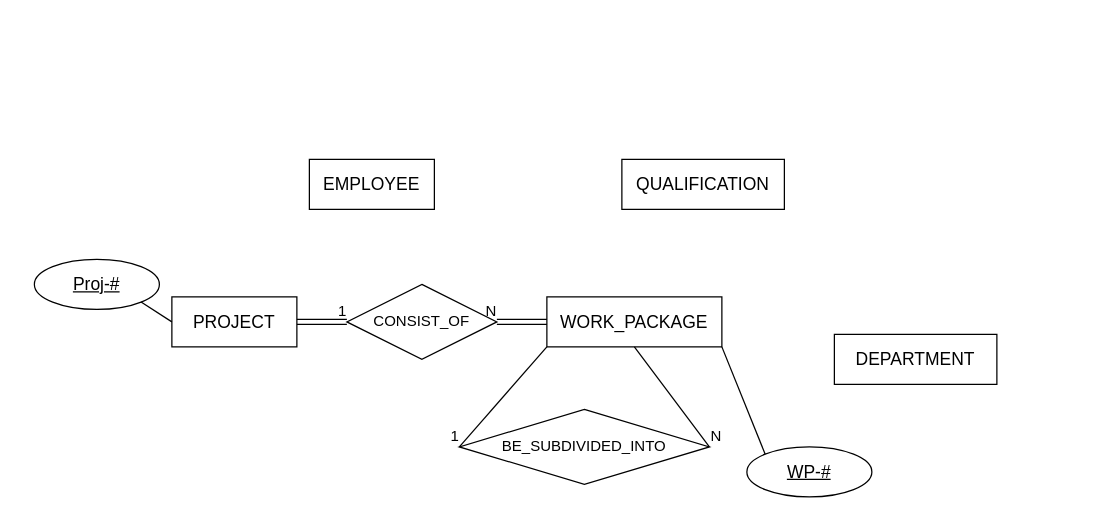
quangmnh/drawio keeps this draw.io diagram as eerdproj.drawio. Above is the earlier version. Source tidied: cells renumbered, new cells numbered last; positions are measured from the earlier drawing's top-left corner, leaving out a move shared by most shapes. Both pictures are drawn from the tidied source at 125%, with x=0, y=0 at pixel (34, 159).
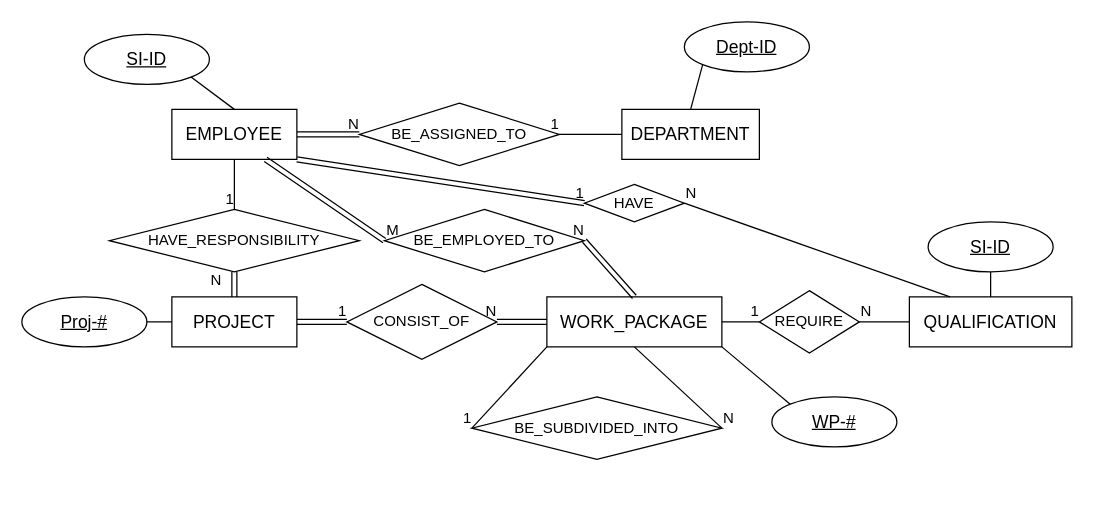
The same diagram, later.

Unchanged cells that the change refers to:
```xml
<mxCell id="2" value="&lt;font style=&quot;font-size: 14px&quot;&gt;PROJECT&lt;/font&gt;" style="whiteSpace=wrap;html=1;align=center;" parent="1" vertex="1">
  <mxGeometry x="110" y="110" width="100" height="40" as="geometry" />
</mxCell>
<mxCell id="3" value="&lt;span style=&quot;font-size: 14px&quot;&gt;WORK_PACKAGE&lt;/span&gt;" style="whiteSpace=wrap;html=1;align=center;" parent="1" vertex="1">
  <mxGeometry x="410" y="110" width="140" height="40" as="geometry" />
</mxCell>
```

What changed in the source:
```diff
@@
     <mxCell id="4" value="BE_SUBDIVIDED_INTO" style="shape=rhombus;perimeter=rhombusPerimeter;whiteSpace=wrap;html=1;align=center;" parent="1" vertex="1">
-      <mxGeometry x="340" y="200" width="200" height="60" as="geometry" />
+      <mxGeometry x="350" y="190" width="200" height="50" as="geometry" />
     </mxCell>
     <mxCell id="5" value="&lt;font style=&quot;font-size: 14px&quot;&gt;EMPLOYEE&lt;/font&gt;" style="whiteSpace=wrap;html=1;align=center;" parent="1" vertex="1">
-      <mxGeometry x="220" width="100" height="40" as="geometry" />
+      <mxGeometry x="110" y="-40" width="100" height="40" as="geometry" />
     </mxCell>
     <mxCell id="6" value="&lt;font style=&quot;font-size: 14px&quot;&gt;QUALIFICATION&lt;/font&gt;" style="whiteSpace=wrap;html=1;align=center;" parent="1" vertex="1">
-      <mxGeometry x="470" width="130" height="40" as="geometry" />
+      <mxGeometry x="700" y="110" width="130" height="40" as="geometry" />
     </mxCell>
     <mxCell id="7" value="&lt;font style=&quot;font-size: 14px&quot;&gt;DEPARTMENT&lt;/font&gt;" style="whiteSpace=wrap;html=1;align=center;" parent="1" vertex="1">
-      <mxGeometry x="640" y="140" width="130" height="40" as="geometry" />
+      <mxGeometry x="470" y="-40" width="110" height="40" as="geometry" />
     </mxCell>
     <mxCell id="8" value="&lt;span style=&quot;font-size: 14px&quot;&gt;Proj-#&lt;/span&gt;" style="ellipse;whiteSpace=wrap;html=1;align=center;fontStyle=4;" parent="1" vertex="1">
-      <mxGeometry y="80" width="100" height="40" as="geometry" />
+      <mxGeometry x="-10" y="110" width="100" height="40" as="geometry" />
     </mxCell>
-    <mxCell id="9" style="endArrow=none;html=1;rounded=0;exitX=1;exitY=1;exitDx=0;exitDy=0;entryX=0;entryY=0.5;entryDx=0;entryDy=0;" parent="1" edge="1" source="8" target="2">
+    <mxCell id="9" style="endArrow=none;html=1;rounded=0;exitX=1;exitY=0.5;exitDx=0;exitDy=0;entryX=0;entryY=0.5;entryDx=0;entryDy=0;" parent="1" edge="1" source="8" target="2">
       <mxGeometry relative="1" as="geometry" />
     </mxCell>
     <mxCell id="10" value="&lt;span style=&quot;font-size: 14px&quot;&gt;WP-#&lt;/span&gt;" style="ellipse;whiteSpace=wrap;html=1;align=center;fontStyle=4;" parent="1" vertex="1">
-      <mxGeometry x="570" y="230" width="100" height="40" as="geometry" />
+      <mxGeometry x="590" y="190" width="100" height="40" as="geometry" />
     </mxCell>
@@
+    <mxCell id="21" value="&lt;span style=&quot;font-size: 14px&quot;&gt;SI-ID&lt;/span&gt;" style="ellipse;whiteSpace=wrap;html=1;align=center;fontStyle=4;" parent="1" vertex="1">
+      <mxGeometry x="40" y="-100" width="100" height="40" as="geometry" />
+    </mxCell>
+    <mxCell id="22" style="endArrow=none;html=1;rounded=0;exitX=1;exitY=1;exitDx=0;exitDy=0;entryX=0.5;entryY=0;entryDx=0;entryDy=0;" parent="1" edge="1" source="21" target="5">
+      <mxGeometry relative="1" as="geometry" />
+    </mxCell>
+    <mxCell id="23" value="BE_EMPLOYED_TO" style="shape=rhombus;perimeter=rhombusPerimeter;whiteSpace=wrap;html=1;align=center;" parent="1" vertex="1">
+      <mxGeometry x="280" y="40" width="160" height="50" as="geometry" />
+    </mxCell>
+    <mxCell id="24" style="shape=link;html=1;rounded=0;entryX=0.75;entryY=1;entryDx=0;entryDy=0;exitX=0;exitY=0.5;exitDx=0;exitDy=0;" parent="1" edge="1" source="23" target="5">
+      <mxGeometry relative="1" as="geometry" />
+    </mxCell>
+    <mxCell id="25" value="M" style="html=1;align=left;verticalAlign=bottom;" parent="24" vertex="1">
+      <mxGeometry x="-1" relative="1" as="geometry" />
+    </mxCell>
+    <mxCell id="26" style="shape=link;html=1;rounded=0;entryX=1;entryY=0.5;entryDx=0;entryDy=0;exitX=0.5;exitY=0;exitDx=0;exitDy=0;" parent="1" edge="1" source="3" target="23">
+      <mxGeometry relative="1" as="geometry" />
+    </mxCell>
+    <mxCell id="27" value="N" style="html=1;align=right;verticalAlign=bottom;" parent="26" vertex="1">
+      <mxGeometry x="1" relative="1" as="geometry" />
+    </mxCell>
+    <mxCell id="28" value="&lt;span style=&quot;font-size: 14px&quot;&gt;SI-ID&lt;/span&gt;" style="ellipse;whiteSpace=wrap;html=1;align=center;fontStyle=4;" parent="1" vertex="1">
+      <mxGeometry x="715" y="50" width="100" height="40" as="geometry" />
+    </mxCell>
+    <mxCell id="29" style="endArrow=none;html=1;rounded=0;exitX=0.5;exitY=1;exitDx=0;exitDy=0;entryX=0.5;entryY=0;entryDx=0;entryDy=0;" parent="1" edge="1" source="28" target="6">
+      <mxGeometry relative="1" as="geometry" />
+    </mxCell>
+    <mxCell id="30" value="HAVE" style="shape=rhombus;perimeter=rhombusPerimeter;whiteSpace=wrap;html=1;align=center;" parent="1" vertex="1">
+      <mxGeometry x="440" y="20" width="80" height="30" as="geometry" />
+    </mxCell>
+    <mxCell id="31" style="shape=link;html=1;rounded=0;exitX=1;exitY=1;exitDx=0;exitDy=0;entryX=0;entryY=0.5;entryDx=0;entryDy=0;" parent="1" edge="1" source="5" target="30">
+      <mxGeometry relative="1" as="geometry" />
+    </mxCell>
+    <mxCell id="32" value="1" style="html=1;align=right;verticalAlign=bottom;" parent="31" vertex="1">
+      <mxGeometry x="1" relative="1" as="geometry" />
+    </mxCell>
+    <mxCell id="33" style="endArrow=none;html=1;rounded=0;entryX=1;entryY=0.5;entryDx=0;entryDy=0;exitX=0.25;exitY=0;exitDx=0;exitDy=0;" parent="1" edge="1" source="6" target="30">
+      <mxGeometry relative="1" as="geometry" />
+    </mxCell>
+    <mxCell id="34" value="N" style="html=1;align=right;verticalAlign=bottom;" parent="33" vertex="1">
+      <mxGeometry x="1" relative="1" as="geometry">
+        <mxPoint x="10" as="offset" />
+      </mxGeometry>
+    </mxCell>
+    <mxCell id="35" value="&lt;span style=&quot;font-size: 14px&quot;&gt;Dept-ID&lt;/span&gt;" style="ellipse;whiteSpace=wrap;html=1;align=center;fontStyle=4;" parent="1" vertex="1">
+      <mxGeometry x="520" y="-110" width="100" height="40" as="geometry" />
+    </mxCell>
+    <mxCell id="36" style="endArrow=none;html=1;rounded=0;entryX=0;entryY=1;entryDx=0;entryDy=0;exitX=0.5;exitY=0;exitDx=0;exitDy=0;" parent="1" edge="1" source="7" target="35">
+      <mxGeometry relative="1" as="geometry" />
+    </mxCell>
+    <mxCell id="37" value="BE_ASSIGNED_TO" style="shape=rhombus;perimeter=rhombusPerimeter;whiteSpace=wrap;html=1;align=center;" parent="1" vertex="1">
+      <mxGeometry x="260" y="-45" width="160" height="50" as="geometry" />
+    </mxCell>
+    <mxCell id="38" style="shape=link;html=1;rounded=0;entryX=0;entryY=0.5;entryDx=0;entryDy=0;exitX=1;exitY=0.5;exitDx=0;exitDy=0;" parent="1" edge="1" source="5" target="37">
+      <mxGeometry relative="1" as="geometry" />
+    </mxCell>
+    <mxCell id="39" value="N" style="html=1;align=right;verticalAlign=bottom;" parent="38" vertex="1">
+      <mxGeometry x="1" relative="1" as="geometry" />
+    </mxCell>
+    <mxCell id="40" style="endArrow=none;html=1;rounded=0;entryX=1;entryY=0.5;entryDx=0;entryDy=0;exitX=0;exitY=0.5;exitDx=0;exitDy=0;" parent="1" edge="1" source="7" target="37">
+      <mxGeometry relative="1" as="geometry" />
+    </mxCell>
+    <mxCell id="41" value="1" style="html=1;align=right;verticalAlign=bottom;" parent="40" vertex="1">
+      <mxGeometry x="1" relative="1" as="geometry" />
+    </mxCell>
+    <mxCell id="42" value="REQUIRE" style="shape=rhombus;perimeter=rhombusPerimeter;whiteSpace=wrap;html=1;align=center;" parent="1" vertex="1">
+      <mxGeometry x="580" y="105" width="80" height="50" as="geometry" />
+    </mxCell>
+    <mxCell id="43" style="endArrow=none;html=1;rounded=0;exitX=1;exitY=0.5;exitDx=0;exitDy=0;entryX=0;entryY=0.5;entryDx=0;entryDy=0;" parent="1" edge="1" source="3" target="42">
+      <mxGeometry relative="1" as="geometry" />
+    </mxCell>
+    <mxCell id="44" value="1" style="html=1;align=right;verticalAlign=bottom;" parent="43" vertex="1">
+      <mxGeometry x="1" relative="1" as="geometry" />
+    </mxCell>
+    <mxCell id="45" style="endArrow=none;html=1;rounded=0;entryX=1;entryY=0.5;entryDx=0;entryDy=0;exitX=0;exitY=0.5;exitDx=0;exitDy=0;" parent="1" edge="1" source="6" target="42">
+      <mxGeometry relative="1" as="geometry" />
+    </mxCell>
+    <mxCell id="46" value="N" style="html=1;align=right;verticalAlign=bottom;" parent="45" vertex="1">
+      <mxGeometry x="1" relative="1" as="geometry">
+        <mxPoint x="10" as="offset" />
+      </mxGeometry>
+    </mxCell>
+    <mxCell id="47" value="HAVE_RESPONSIBILITY" style="shape=rhombus;perimeter=rhombusPerimeter;whiteSpace=wrap;html=1;align=center;" parent="1" vertex="1">
+      <mxGeometry x="60" y="40" width="200" height="50" as="geometry" />
+    </mxCell>
+    <mxCell id="48" style="endArrow=none;html=1;rounded=0;exitX=0.5;exitY=1;exitDx=0;exitDy=0;entryX=0.5;entryY=0;entryDx=0;entryDy=0;" parent="1" edge="1" source="5" target="47">
+      <mxGeometry relative="1" as="geometry" />
+    </mxCell>
+    <mxCell id="49" value="1" style="html=1;align=right;verticalAlign=bottom;" parent="48" vertex="1">
+      <mxGeometry x="1" relative="1" as="geometry" />
+    </mxCell>
+    <mxCell id="50" style="shape=link;html=1;rounded=0;entryX=0.5;entryY=1;entryDx=0;entryDy=0;exitX=0.5;exitY=0;exitDx=0;exitDy=0;" parent="1" edge="1" source="2" target="47">
+      <mxGeometry relative="1" as="geometry" />
+    </mxCell>
+    <mxCell id="51" value="N" style="html=1;align=right;verticalAlign=bottom;" parent="50" vertex="1">
+      <mxGeometry x="1" relative="1" as="geometry">
+        <mxPoint x="-10" y="15" as="offset" />
+      </mxGeometry>
+    </mxCell>
```
